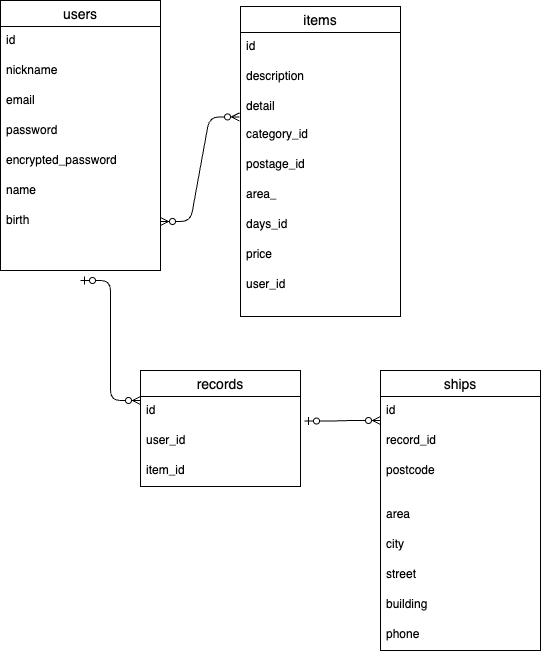
Earlier version of the draw.io export er.png (wonderfullworld5/furima). Source tidied: cells renumbered, new cells last; positions are measured from the earlier drawing's top-left corner, leaving out a move shared by most shapes. Source of this version:
```xml
<mxGraphModel>
  <root>
    <mxCell id="0" />
    <mxCell id="1" parent="0" />
    <mxCell id="2" value="users" style="swimlane;fontStyle=0;horizontal=1;startSize=26;align=center;fontSize=14;" parent="1" vertex="1">
      <mxGeometry width="160" height="270" as="geometry" />
    </mxCell>
    <mxCell id="3" value="id " style="text;strokeColor=none;fillColor=none;spacingLeft=4;spacingRight=4;overflow=hidden;fontSize=12;" parent="2" vertex="1">
      <mxGeometry y="26" width="160" height="30" as="geometry" />
    </mxCell>
    <mxCell id="4" value="nickname" style="text;strokeColor=none;fillColor=none;spacingLeft=4;spacingRight=4;overflow=hidden;fontSize=12;" parent="2" vertex="1">
      <mxGeometry y="56" width="160" height="30" as="geometry" />
    </mxCell>
    <mxCell id="5" value="email" style="text;strokeColor=none;fillColor=none;spacingLeft=4;spacingRight=4;overflow=hidden;fontSize=12;" parent="2" vertex="1">
      <mxGeometry y="86" width="160" height="184" as="geometry" />
    </mxCell>
    <mxCell id="6" style="edgeStyle=entityRelationEdgeStyle;fontSize=12;html=1;endArrow=ERzeroToMany;startArrow=ERzeroToOne;" parent="2" edge="1">
      <mxGeometry relative="1" as="geometry">
        <mxPoint x="80" y="280" as="sourcePoint" />
        <mxPoint x="140" y="400" as="targetPoint" />
      </mxGeometry>
    </mxCell>
    <mxCell id="7" value="items" style="swimlane;fontStyle=0;horizontal=1;startSize=26;align=center;fontSize=14;" parent="1" vertex="1">
      <mxGeometry x="240" y="6" width="160" height="310" as="geometry" />
    </mxCell>
    <mxCell id="8" value=" id " style="text;strokeColor=none;fillColor=none;spacingLeft=4;spacingRight=4;overflow=hidden;fontSize=12;" parent="7" vertex="1">
      <mxGeometry y="26" width="160" height="30" as="geometry" />
    </mxCell>
    <mxCell id="9" value="description&#10;&#10;" style="text;strokeColor=none;fillColor=none;spacingLeft=4;spacingRight=4;overflow=hidden;fontSize=12;" parent="7" vertex="1">
      <mxGeometry y="56" width="160" height="30" as="geometry" />
    </mxCell>
    <mxCell id="10" value="detail&#10;&#10;" style="text;strokeColor=none;fillColor=none;spacingLeft=4;spacingRight=4;overflow=hidden;points=[[0,0.5],[1,0.5]];portConstraint=eastwest;fontSize=12;" parent="7" vertex="1">
      <mxGeometry y="86" width="160" height="224" as="geometry" />
    </mxCell>
    <mxCell id="11" value="records " style="swimlane;fontStyle=0;horizontal=1;startSize=26;align=center;fontSize=14;" parent="1" vertex="1">
      <mxGeometry x="140" y="370" width="160" height="116" as="geometry" />
    </mxCell>
    <mxCell id="12" value="id " style="text;strokeColor=none;fillColor=none;spacingLeft=4;spacingRight=4;overflow=hidden;fontSize=12;" parent="11" vertex="1">
      <mxGeometry y="26" width="160" height="30" as="geometry" />
    </mxCell>
    <mxCell id="13" value="user_id" style="text;strokeColor=none;fillColor=none;spacingLeft=4;spacingRight=4;overflow=hidden;points=[[0,0.5],[1,0.5]];portConstraint=eastwest;fontSize=12;" parent="11" vertex="1">
      <mxGeometry y="56" width="160" height="30" as="geometry" />
    </mxCell>
    <mxCell id="14" value="item_id&#10;&#10;" style="text;strokeColor=none;fillColor=none;spacingLeft=4;spacingRight=4;overflow=hidden;points=[[0,0.5],[1,0.5]];portConstraint=eastwest;fontSize=12;" parent="11" vertex="1">
      <mxGeometry y="86" width="160" height="30" as="geometry" />
    </mxCell>
    <mxCell id="15" value="password " style="text;strokeColor=none;fillColor=none;spacingLeft=4;spacingRight=4;overflow=hidden;fontSize=12;" parent="1" vertex="1">
      <mxGeometry y="116" width="160" height="30" as="geometry" />
    </mxCell>
    <mxCell id="16" value="encrypted_password " style="text;strokeColor=none;fillColor=none;spacingLeft=4;spacingRight=4;overflow=hidden;fontSize=12;" parent="1" vertex="1">
      <mxGeometry y="146" width="160" height="30" as="geometry" />
    </mxCell>
    <mxCell id="17" value="name  " style="text;strokeColor=none;fillColor=none;spacingLeft=4;spacingRight=4;overflow=hidden;fontSize=12;" parent="1" vertex="1">
      <mxGeometry y="176" width="160" height="30" as="geometry" />
    </mxCell>
    <mxCell id="18" value=" birth &#10;&#10;" style="text;strokeColor=none;fillColor=none;spacingLeft=4;spacingRight=4;overflow=hidden;points=[[0,0.5],[1,0.5]];portConstraint=eastwest;fontSize=12;" parent="1" vertex="1">
      <mxGeometry y="206" width="160" height="30" as="geometry" />
    </mxCell>
    <mxCell id="19" value="category_id&#10;&#10;" style="text;strokeColor=none;fillColor=none;spacingLeft=4;spacingRight=4;overflow=hidden;points=[[0,0.5],[1,0.5]];portConstraint=eastwest;fontSize=12;" parent="1" vertex="1">
      <mxGeometry x="240" y="120" width="160" height="30" as="geometry" />
    </mxCell>
    <mxCell id="20" value="postage_id&#10;&#10;" style="text;strokeColor=none;fillColor=none;spacingLeft=4;spacingRight=4;overflow=hidden;fontSize=12;" parent="1" vertex="1">
      <mxGeometry x="240" y="150" width="160" height="30" as="geometry" />
    </mxCell>
    <mxCell id="21" value="area_id&#10;&#10;" style="text;strokeColor=none;fillColor=none;spacingLeft=4;spacingRight=4;overflow=hidden;fontSize=12;" parent="1" vertex="1">
      <mxGeometry x="240" y="180" width="40" height="30" as="geometry" />
    </mxCell>
    <mxCell id="22" value="days_id " style="text;strokeColor=none;fillColor=none;spacingLeft=4;spacingRight=4;overflow=hidden;fontSize=12;" parent="1" vertex="1">
      <mxGeometry x="240" y="210" width="160" height="30" as="geometry" />
    </mxCell>
    <mxCell id="23" value="price &#10;&#10;" style="text;strokeColor=none;fillColor=none;spacingLeft=4;spacingRight=4;overflow=hidden;fontSize=12;" parent="1" vertex="1">
      <mxGeometry x="240" y="240" width="160" height="30" as="geometry" />
    </mxCell>
    <mxCell id="24" value="user_id &#10;&#10;" style="text;strokeColor=none;fillColor=none;spacingLeft=4;spacingRight=4;overflow=hidden;points=[[0,0.5],[1,0.5]];portConstraint=eastwest;fontSize=12;" parent="1" vertex="1">
      <mxGeometry x="240" y="270" width="160" height="30" as="geometry" />
    </mxCell>
    <mxCell id="25" value=" ships" style="swimlane;fontStyle=0;horizontal=1;startSize=26;align=center;fontSize=14;" parent="1" vertex="1">
      <mxGeometry x="380" y="370" width="160" height="280" as="geometry" />
    </mxCell>
    <mxCell id="26" value="id  &#10;&#10;" style="text;strokeColor=none;fillColor=none;spacingLeft=4;spacingRight=4;overflow=hidden;fontSize=12;" parent="25" vertex="1">
      <mxGeometry y="26" width="160" height="30" as="geometry" />
    </mxCell>
    <mxCell id="27" value="record_id &#10;&#10;" style="text;strokeColor=none;fillColor=none;spacingLeft=4;spacingRight=4;overflow=hidden;fontSize=12;" parent="25" vertex="1">
      <mxGeometry y="56" width="160" height="30" as="geometry" />
    </mxCell>
    <mxCell id="28" value="postcode&#10;&#10;" style="text;strokeColor=none;fillColor=none;spacingLeft=4;spacingRight=4;overflow=hidden;fontSize=12;" parent="25" vertex="1">
      <mxGeometry y="86" width="160" height="44" as="geometry" />
    </mxCell>
    <mxCell id="29" value="area" style="text;strokeColor=none;fillColor=none;spacingLeft=4;spacingRight=4;overflow=hidden;fontSize=12;" parent="25" vertex="1">
      <mxGeometry y="130" width="160" height="30" as="geometry" />
    </mxCell>
    <mxCell id="30" value="city &#10;&#10;" style="text;strokeColor=none;fillColor=none;spacingLeft=4;spacingRight=4;overflow=hidden;fontSize=12;" parent="25" vertex="1">
      <mxGeometry y="160" width="160" height="30" as="geometry" />
    </mxCell>
    <mxCell id="31" value="street &#10;&#10;" style="text;strokeColor=none;fillColor=none;spacingLeft=4;spacingRight=4;overflow=hidden;fontSize=12;" parent="25" vertex="1">
      <mxGeometry y="190" width="160" height="30" as="geometry" />
    </mxCell>
    <mxCell id="32" value="building &#10;&#10;" style="text;strokeColor=none;fillColor=none;spacingLeft=4;spacingRight=4;overflow=hidden;fontSize=12;" parent="25" vertex="1">
      <mxGeometry y="220" width="160" height="30" as="geometry" />
    </mxCell>
    <mxCell id="33" value="phone&#10;&#10;" style="text;strokeColor=none;fillColor=none;spacingLeft=4;spacingRight=4;overflow=hidden;fontSize=12;" parent="25" vertex="1">
      <mxGeometry y="250" width="160" height="30" as="geometry" />
    </mxCell>
    <mxCell id="34" style="edgeStyle=entityRelationEdgeStyle;fontSize=12;html=1;endArrow=ERzeroToMany;endFill=1;startArrow=ERzeroToMany;entryX=-0.006;entryY=0.109;entryDx=0;entryDy=0;entryPerimeter=0;exitX=1;exitY=0.5;exitDx=0;exitDy=0;" parent="1" edge="1" source="18" target="10">
      <mxGeometry relative="1" as="geometry" />
    </mxCell>
    <mxCell id="35" style="edgeStyle=entityRelationEdgeStyle;fontSize=12;html=1;endArrow=ERzeroToMany;startArrow=ERzeroToOne;exitX=1.025;exitY=-0.183;exitDx=0;exitDy=0;exitPerimeter=0;" parent="1" edge="1" source="13">
      <mxGeometry relative="1" as="geometry">
        <mxPoint x="380" y="420" as="targetPoint" />
      </mxGeometry>
    </mxCell>
  </root>
</mxGraphModel>
```
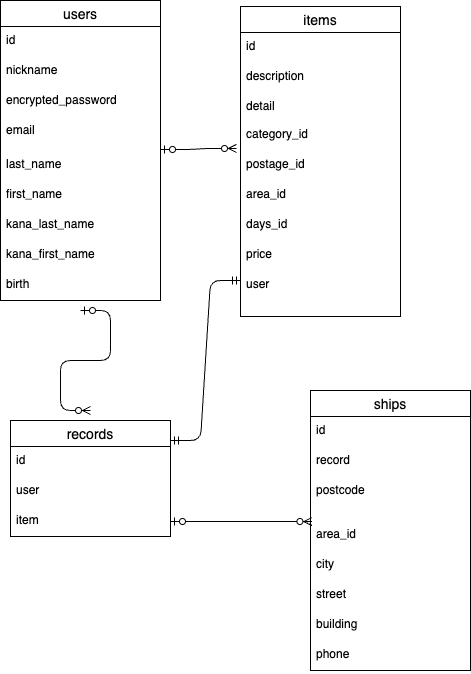
The same file after the commit.

Diff of the diagram source:
```diff
@@ -3,7 +3,7 @@
     <mxCell id="0" />
     <mxCell id="1" parent="0" />
     <mxCell id="2" value="users" style="swimlane;fontStyle=0;horizontal=1;startSize=26;align=center;fontSize=14;" parent="1" vertex="1">
-      <mxGeometry width="160" height="270" as="geometry" />
+      <mxGeometry width="160" height="300" as="geometry" />
     </mxCell>
     <mxCell id="3" value="id " style="text;strokeColor=none;fillColor=none;spacingLeft=4;spacingRight=4;overflow=hidden;fontSize=12;" parent="2" vertex="1">
       <mxGeometry y="26" width="160" height="30" as="geometry" />
@@ -11,15 +11,27 @@
     <mxCell id="4" value="nickname" style="text;strokeColor=none;fillColor=none;spacingLeft=4;spacingRight=4;overflow=hidden;fontSize=12;" parent="2" vertex="1">
       <mxGeometry y="56" width="160" height="30" as="geometry" />
     </mxCell>
+    <mxCell id="16" value="encrypted_password " style="text;strokeColor=none;fillColor=none;spacingLeft=4;spacingRight=4;overflow=hidden;fontSize=12;" parent="2" vertex="1">
+      <mxGeometry y="86" width="160" height="30" as="geometry" />
+    </mxCell>
     <mxCell id="5" value="email" style="text;strokeColor=none;fillColor=none;spacingLeft=4;spacingRight=4;overflow=hidden;fontSize=12;" parent="2" vertex="1">
-      <mxGeometry y="86" width="160" height="184" as="geometry" />
+      <mxGeometry y="116" width="160" height="34" as="geometry" />
     </mxCell>
-    <mxCell id="6" style="edgeStyle=entityRelationEdgeStyle;fontSize=12;html=1;endArrow=ERzeroToMany;startArrow=ERzeroToOne;" parent="2" edge="1">
-      <mxGeometry relative="1" as="geometry">
-        <mxPoint x="80" y="280" as="sourcePoint" />
-        <mxPoint x="140" y="400" as="targetPoint" />
-      </mxGeometry>
-    </mxCell>
+    <mxCell id="17" value="last_name&#10;" style="text;strokeColor=none;fillColor=none;spacingLeft=4;spacingRight=4;overflow=hidden;fontSize=12;" parent="2" vertex="1">
+      <mxGeometry y="150" width="160" height="30" as="geometry" />
+    </mxCell>
+    <mxCell id="36" value="first_name" style="text;strokeColor=none;fillColor=none;spacingLeft=4;spacingRight=4;overflow=hidden;fontSize=12;" parent="2" vertex="1">
+      <mxGeometry y="180" width="160" height="30" as="geometry" />
+    </mxCell>
+    <mxCell id="37" value="kana_last_name" style="text;strokeColor=none;fillColor=none;spacingLeft=4;spacingRight=4;overflow=hidden;fontSize=12;" parent="2" vertex="1">
+      <mxGeometry y="210" width="160" height="30" as="geometry" />
+    </mxCell>
+    <mxCell id="38" value="kana_first_name&#10;" style="text;strokeColor=none;fillColor=none;spacingLeft=4;spacingRight=4;overflow=hidden;fontSize=12;" parent="2" vertex="1">
+      <mxGeometry y="240" width="160" height="30" as="geometry" />
+    </mxCell>
+    <mxCell id="18" value="birth" style="text;strokeColor=none;fillColor=none;spacingLeft=4;spacingRight=4;overflow=hidden;points=[[0,0.5],[1,0.5]];portConstraint=eastwest;fontSize=12;" parent="2" vertex="1">
+      <mxGeometry y="270" width="160" height="30" as="geometry" />
+    </mxCell>
     <mxCell id="7" value="items" style="swimlane;fontStyle=0;horizontal=1;startSize=26;align=center;fontSize=14;" parent="1" vertex="1">
       <mxGeometry x="240" y="6" width="160" height="310" as="geometry" />
     </mxCell>
@@ -33,29 +45,17 @@
       <mxGeometry y="86" width="160" height="224" as="geometry" />
     </mxCell>
     <mxCell id="11" value="records " style="swimlane;fontStyle=0;horizontal=1;startSize=26;align=center;fontSize=14;" parent="1" vertex="1">
-      <mxGeometry x="140" y="370" width="160" height="116" as="geometry" />
+      <mxGeometry x="10" y="420" width="160" height="116" as="geometry" />
     </mxCell>
     <mxCell id="12" value="id " style="text;strokeColor=none;fillColor=none;spacingLeft=4;spacingRight=4;overflow=hidden;fontSize=12;" parent="11" vertex="1">
       <mxGeometry y="26" width="160" height="30" as="geometry" />
     </mxCell>
-    <mxCell id="13" value="user_id" style="text;strokeColor=none;fillColor=none;spacingLeft=4;spacingRight=4;overflow=hidden;points=[[0,0.5],[1,0.5]];portConstraint=eastwest;fontSize=12;" parent="11" vertex="1">
+    <mxCell id="13" value="user" style="text;strokeColor=none;fillColor=none;spacingLeft=4;spacingRight=4;overflow=hidden;points=[[0,0.5],[1,0.5]];portConstraint=eastwest;fontSize=12;" parent="11" vertex="1">
       <mxGeometry y="56" width="160" height="30" as="geometry" />
     </mxCell>
-    <mxCell id="14" value="item_id&#10;&#10;" style="text;strokeColor=none;fillColor=none;spacingLeft=4;spacingRight=4;overflow=hidden;points=[[0,0.5],[1,0.5]];portConstraint=eastwest;fontSize=12;" parent="11" vertex="1">
+    <mxCell id="14" value="item" style="text;strokeColor=none;fillColor=none;spacingLeft=4;spacingRight=4;overflow=hidden;points=[[0,0.5],[1,0.5]];portConstraint=eastwest;fontSize=12;" parent="11" vertex="1">
       <mxGeometry y="86" width="160" height="30" as="geometry" />
     </mxCell>
-    <mxCell id="15" value="password " style="text;strokeColor=none;fillColor=none;spacingLeft=4;spacingRight=4;overflow=hidden;fontSize=12;" parent="1" vertex="1">
-      <mxGeometry y="116" width="160" height="30" as="geometry" />
-    </mxCell>
-    <mxCell id="16" value="encrypted_password " style="text;strokeColor=none;fillColor=none;spacingLeft=4;spacingRight=4;overflow=hidden;fontSize=12;" parent="1" vertex="1">
-      <mxGeometry y="146" width="160" height="30" as="geometry" />
-    </mxCell>
-    <mxCell id="17" value="name  " style="text;strokeColor=none;fillColor=none;spacingLeft=4;spacingRight=4;overflow=hidden;fontSize=12;" parent="1" vertex="1">
-      <mxGeometry y="176" width="160" height="30" as="geometry" />
-    </mxCell>
-    <mxCell id="18" value=" birth &#10;&#10;" style="text;strokeColor=none;fillColor=none;spacingLeft=4;spacingRight=4;overflow=hidden;points=[[0,0.5],[1,0.5]];portConstraint=eastwest;fontSize=12;" parent="1" vertex="1">
-      <mxGeometry y="206" width="160" height="30" as="geometry" />
-    </mxCell>
     <mxCell id="19" value="category_id&#10;&#10;" style="text;strokeColor=none;fillColor=none;spacingLeft=4;spacingRight=4;overflow=hidden;points=[[0,0.5],[1,0.5]];portConstraint=eastwest;fontSize=12;" parent="1" vertex="1">
       <mxGeometry x="240" y="120" width="160" height="30" as="geometry" />
     </mxCell>
@@ -63,7 +63,7 @@
       <mxGeometry x="240" y="150" width="160" height="30" as="geometry" />
     </mxCell>
     <mxCell id="21" value="area_id&#10;&#10;" style="text;strokeColor=none;fillColor=none;spacingLeft=4;spacingRight=4;overflow=hidden;fontSize=12;" parent="1" vertex="1">
-      <mxGeometry x="240" y="180" width="40" height="30" as="geometry" />
+      <mxGeometry x="240" y="180" width="160" height="30" as="geometry" />
     </mxCell>
     <mxCell id="22" value="days_id " style="text;strokeColor=none;fillColor=none;spacingLeft=4;spacingRight=4;overflow=hidden;fontSize=12;" parent="1" vertex="1">
       <mxGeometry x="240" y="210" width="160" height="30" as="geometry" />
@@ -71,22 +71,22 @@
     <mxCell id="23" value="price &#10;&#10;" style="text;strokeColor=none;fillColor=none;spacingLeft=4;spacingRight=4;overflow=hidden;fontSize=12;" parent="1" vertex="1">
       <mxGeometry x="240" y="240" width="160" height="30" as="geometry" />
     </mxCell>
-    <mxCell id="24" value="user_id &#10;&#10;" style="text;strokeColor=none;fillColor=none;spacingLeft=4;spacingRight=4;overflow=hidden;points=[[0,0.5],[1,0.5]];portConstraint=eastwest;fontSize=12;" parent="1" vertex="1">
-      <mxGeometry x="240" y="270" width="160" height="30" as="geometry" />
+    <mxCell id="24" value="user" style="text;strokeColor=none;fillColor=none;spacingLeft=4;spacingRight=4;overflow=hidden;points=[[0,0.5],[1,0.5]];portConstraint=eastwest;fontSize=12;" parent="1" vertex="1">
+      <mxGeometry x="240" y="270" width="160" height="20" as="geometry" />
     </mxCell>
     <mxCell id="25" value=" ships" style="swimlane;fontStyle=0;horizontal=1;startSize=26;align=center;fontSize=14;" parent="1" vertex="1">
-      <mxGeometry x="380" y="370" width="160" height="280" as="geometry" />
+      <mxGeometry x="310" y="390" width="160" height="280" as="geometry" />
     </mxCell>
     <mxCell id="26" value="id  &#10;&#10;" style="text;strokeColor=none;fillColor=none;spacingLeft=4;spacingRight=4;overflow=hidden;fontSize=12;" parent="25" vertex="1">
       <mxGeometry y="26" width="160" height="30" as="geometry" />
     </mxCell>
-    <mxCell id="27" value="record_id &#10;&#10;" style="text;strokeColor=none;fillColor=none;spacingLeft=4;spacingRight=4;overflow=hidden;fontSize=12;" parent="25" vertex="1">
+    <mxCell id="27" value="record" style="text;strokeColor=none;fillColor=none;spacingLeft=4;spacingRight=4;overflow=hidden;fontSize=12;" parent="25" vertex="1">
       <mxGeometry y="56" width="160" height="30" as="geometry" />
     </mxCell>
     <mxCell id="28" value="postcode&#10;&#10;" style="text;strokeColor=none;fillColor=none;spacingLeft=4;spacingRight=4;overflow=hidden;fontSize=12;" parent="25" vertex="1">
       <mxGeometry y="86" width="160" height="44" as="geometry" />
     </mxCell>
-    <mxCell id="29" value="area" style="text;strokeColor=none;fillColor=none;spacingLeft=4;spacingRight=4;overflow=hidden;fontSize=12;" parent="25" vertex="1">
+    <mxCell id="29" value="area_id" style="text;strokeColor=none;fillColor=none;spacingLeft=4;spacingRight=4;overflow=hidden;fontSize=12;" parent="25" vertex="1">
       <mxGeometry y="130" width="160" height="30" as="geometry" />
     </mxCell>
     <mxCell id="30" value="city &#10;&#10;" style="text;strokeColor=none;fillColor=none;spacingLeft=4;spacingRight=4;overflow=hidden;fontSize=12;" parent="25" vertex="1">
@@ -101,13 +101,26 @@
     <mxCell id="33" value="phone&#10;&#10;" style="text;strokeColor=none;fillColor=none;spacingLeft=4;spacingRight=4;overflow=hidden;fontSize=12;" parent="25" vertex="1">
       <mxGeometry y="250" width="160" height="30" as="geometry" />
     </mxCell>
-    <mxCell id="34" style="edgeStyle=entityRelationEdgeStyle;fontSize=12;html=1;endArrow=ERzeroToMany;endFill=1;startArrow=ERzeroToMany;entryX=-0.006;entryY=0.109;entryDx=0;entryDy=0;entryPerimeter=0;exitX=1;exitY=0.5;exitDx=0;exitDy=0;" parent="1" edge="1" source="18" target="10">
-      <mxGeometry relative="1" as="geometry" />
-    </mxCell>
-    <mxCell id="35" style="edgeStyle=entityRelationEdgeStyle;fontSize=12;html=1;endArrow=ERzeroToMany;startArrow=ERzeroToOne;exitX=1.025;exitY=-0.183;exitDx=0;exitDy=0;exitPerimeter=0;" parent="1" edge="1" source="13">
-      <mxGeometry relative="1" as="geometry">
-        <mxPoint x="380" y="420" as="targetPoint" />
-      </mxGeometry>
-    </mxCell>
+    <mxCell id="39" style="edgeStyle=entityRelationEdgeStyle;fontSize=12;html=1;endArrow=ERzeroToMany;startArrow=ERzeroToOne;entryX=-0.025;entryY=0.933;entryDx=0;entryDy=0;entryPerimeter=0;" parent="1" edge="1" target="19">
+      <mxGeometry relative="1" as="geometry">
+        <mxPoint x="160" y="149" as="sourcePoint" />
+      </mxGeometry>
+    </mxCell>
+    <mxCell id="40" style="edgeStyle=entityRelationEdgeStyle;fontSize=12;html=1;endArrow=ERzeroToMany;startArrow=ERzeroToOne;" parent="1" edge="1">
+      <mxGeometry relative="1" as="geometry">
+        <mxPoint x="80" y="310" as="sourcePoint" />
+        <mxPoint x="90" y="410" as="targetPoint" />
+      </mxGeometry>
+    </mxCell>
+    <mxCell id="41" style="edgeStyle=entityRelationEdgeStyle;fontSize=12;html=1;endArrow=ERmandOne;startArrow=ERmandOne;entryX=0;entryY=0.5;entryDx=0;entryDy=0;" parent="1" edge="1" target="24">
+      <mxGeometry relative="1" as="geometry">
+        <mxPoint x="170" y="440" as="sourcePoint" />
+      </mxGeometry>
+    </mxCell>
+    <mxCell id="42" style="edgeStyle=entityRelationEdgeStyle;fontSize=12;html=1;endArrow=ERzeroToMany;startArrow=ERzeroToOne;" parent="1" edge="1" source="14">
+      <mxGeometry relative="1" as="geometry">
+        <mxPoint x="311.4" y="521" as="targetPoint" />
+      </mxGeometry>
+    </mxCell>
   </root>
 </mxGraphModel>
```
